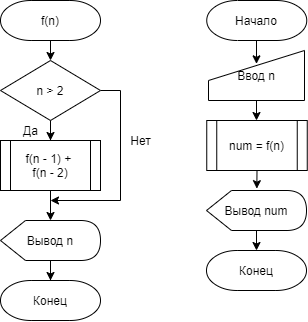
This is Untitled Diagram.drawio.png from xcmdx/zxc, a draw.io export, as it was before one commit. Source tidied: cells renumbered, new cells last; positions are measured from the earlier drawing's top-left corner, leaving out a move shared by most shapes.
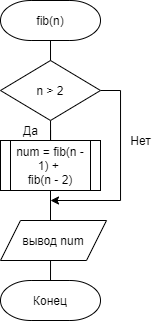
The same diagram one commit later.

The edit, as a diff of the source:
```diff
@@ -2,48 +2,20 @@
   <root>
     <mxCell id="0" />
     <mxCell id="1" parent="0" />
-    <mxCell id="2" style="edgeStyle=orthogonalEdgeStyle;rounded=0;jettySize=auto;html=1;entryX=0.5;entryY=0.267;entryDx=0;entryDy=0;entryPerimeter=0;" parent="1" edge="1" target="8">
-      <mxGeometry relative="1" as="geometry">
-        <mxPoint x="258.5" y="40" as="sourcePoint" />
-      </mxGeometry>
-    </mxCell>
-    <mxCell id="3" style="edgeStyle=orthogonalEdgeStyle;rounded=0;orthogonalLoop=1;jettySize=auto;html=1;exitX=0.5;exitY=1;exitDx=0;exitDy=0;" parent="1" edge="1">
-      <mxGeometry relative="1" as="geometry">
-        <mxPoint x="258.5" y="40" as="sourcePoint" />
-        <mxPoint x="258.5" y="40" as="targetPoint" />
-      </mxGeometry>
-    </mxCell>
-    <mxCell id="4" style="edgeStyle=orthogonalEdgeStyle;rounded=0;jettySize=auto;html=1;exitX=0.5;exitY=1;exitDx=0;exitDy=0;entryX=0.503;entryY=-0.046;entryDx=0;entryDy=0;entryPerimeter=0;" parent="1" edge="1" source="5">
-      <mxGeometry relative="1" as="geometry">
-        <mxPoint x="256.3" y="188.2" as="targetPoint" />
-      </mxGeometry>
-    </mxCell>
-    <mxCell id="5" value="num = f(n)" style="shape=process;whiteSpace=wrap;html=1;backgroundOutline=1;" parent="1" vertex="1">
-      <mxGeometry x="206.2" y="120" width="100.5" height="50" as="geometry" />
-    </mxCell>
-    <mxCell id="6" style="edgeStyle=orthogonalEdgeStyle;rounded=0;orthogonalLoop=1;jettySize=auto;html=1;entryX=0.5;entryY=0;entryDx=0;entryDy=0;entryPerimeter=0;" parent="1" edge="1">
-      <mxGeometry relative="1" as="geometry">
-        <mxPoint x="256" y="230" as="sourcePoint" />
-        <mxPoint x="256" y="250" as="targetPoint" />
-      </mxGeometry>
-    </mxCell>
-    <mxCell id="7" style="edgeStyle=orthogonalEdgeStyle;rounded=0;jettySize=auto;html=1;" parent="1" edge="1" source="8">
-      <mxGeometry relative="1" as="geometry">
-        <mxPoint x="256.2" y="120" as="targetPoint" />
-      </mxGeometry>
-    </mxCell>
-    <mxCell id="8" value="Ввод n" style="shape=manualInput;whiteSpace=wrap;html=1;" parent="1" vertex="1">
-      <mxGeometry x="208" y="50" width="96" height="50" as="geometry" />
-    </mxCell>
     <mxCell id="9" style="edgeStyle=orthogonalEdgeStyle;rounded=0;jettySize=auto;html=1;exitX=0.5;exitY=1;exitDx=0;exitDy=0;exitPerimeter=0;entryX=0.5;entryY=0;entryDx=0;entryDy=0;" parent="1" edge="1" source="10" target="13">
-      <mxGeometry relative="1" as="geometry" />
+      <mxGeometry relative="1" as="geometry">
+        <Array as="points">
+          <mxPoint x="50" y="70" />
+          <mxPoint x="50" y="70" />
+        </Array>
+      </mxGeometry>
     </mxCell>
-    <mxCell id="10" value="f(n)" style="strokeWidth=1;html=1;shape=mxgraph.flowchart.terminator;whiteSpace=wrap;" parent="1" vertex="1">
+    <mxCell id="10" value="fib(n)" style="strokeWidth=1;html=1;shape=mxgraph.flowchart.terminator;whiteSpace=wrap;" parent="1" vertex="1">
       <mxGeometry width="100" height="40" as="geometry" />
     </mxCell>
     <mxCell id="11" style="edgeStyle=orthogonalEdgeStyle;rounded=0;jettySize=auto;html=1;" parent="1" edge="1" source="13">
       <mxGeometry relative="1" as="geometry">
-        <mxPoint x="50" y="140" as="targetPoint" />
+        <mxPoint x="50" y="150" as="targetPoint" />
       </mxGeometry>
     </mxCell>
     <mxCell id="12" style="edgeStyle=orthogonalEdgeStyle;rounded=0;jettySize=auto;html=1;exitX=1;exitY=0.5;exitDx=0;exitDy=0;" parent="1" edge="1" source="13">
@@ -63,34 +35,26 @@
     </mxCell>
     <mxCell id="15" style="edgeStyle=orthogonalEdgeStyle;rounded=0;jettySize=auto;html=1;exitX=0.5;exitY=1;exitDx=0;exitDy=0;" parent="1" edge="1" source="16">
       <mxGeometry relative="1" as="geometry">
-        <mxPoint x="50" y="220" as="targetPoint" />
+        <mxPoint x="50" y="230" as="targetPoint" />
       </mxGeometry>
     </mxCell>
-    <mxCell id="16" value="f(n - 1) + &lt;br&gt;f(n - 2)" style="shape=process;whiteSpace=wrap;html=1;backgroundOutline=1;strokeWidth=1;" parent="1" vertex="1">
+    <mxCell id="16" value="num = fib(n - 1) + &lt;br&gt;fib(n - 2)" style="shape=process;whiteSpace=wrap;html=1;backgroundOutline=1;strokeWidth=1;" parent="1" vertex="1">
       <mxGeometry y="140" width="100" height="50" as="geometry" />
     </mxCell>
-    <mxCell id="17" style="edgeStyle=orthogonalEdgeStyle;rounded=0;jettySize=auto;html=1;" parent="1" edge="1" source="18">
+    <mxCell id="17" style="edgeStyle=orthogonalEdgeStyle;rounded=0;orthogonalLoop=1;jettySize=auto;html=1;" parent="1" edge="1">
       <mxGeometry relative="1" as="geometry">
-        <mxPoint x="50" y="280" as="targetPoint" />
+        <mxPoint x="50" y="260" as="sourcePoint" />
+        <mxPoint x="50" y="290" as="targetPoint" />
       </mxGeometry>
     </mxCell>
-    <mxCell id="18" value="Вывод n" style="shape=display;whiteSpace=wrap;html=1;strokeWidth=1;" parent="1" vertex="1">
-      <mxGeometry y="220" width="100" height="40" as="geometry" />
-    </mxCell>
     <mxCell id="19" value="Нет" style="text;html=1;align=center;verticalAlign=middle;strokeColor=none;fillColor=none;" parent="1" vertex="1">
       <mxGeometry x="120" y="130" width="40" height="20" as="geometry" />
     </mxCell>
     <mxCell id="20" value="Конец" style="strokeWidth=1;html=1;shape=mxgraph.flowchart.terminator;whiteSpace=wrap;" parent="1" vertex="1">
       <mxGeometry y="280" width="100" height="40" as="geometry" />
     </mxCell>
-    <mxCell id="21" value="Начало" style="strokeWidth=1;html=1;shape=mxgraph.flowchart.terminator;whiteSpace=wrap;" parent="1" vertex="1">
-      <mxGeometry x="206.2" width="100" height="40" as="geometry" />
-    </mxCell>
-    <mxCell id="22" value="Конец" style="strokeWidth=1;html=1;shape=mxgraph.flowchart.terminator;whiteSpace=wrap;" parent="1" vertex="1">
-      <mxGeometry x="206" y="250" width="100" height="40" as="geometry" />
-    </mxCell>
-    <mxCell id="23" value="Вывод num" style="shape=display;whiteSpace=wrap;html=1;strokeWidth=1;" parent="1" vertex="1">
-      <mxGeometry x="206" y="190" width="100" height="40" as="geometry" />
-    </mxCell>
+    <mxCell id="24" value="вывод num" style="shape=parallelogram;perimeter=parallelogramPerimeter;whiteSpace=wrap;html=1;fixedSize=1;" parent="1" vertex="1">
+      <mxGeometry y="220" width="106" height="40" as="geometry" />
+    </mxCell>
   </root>
 </mxGraphModel>
```
